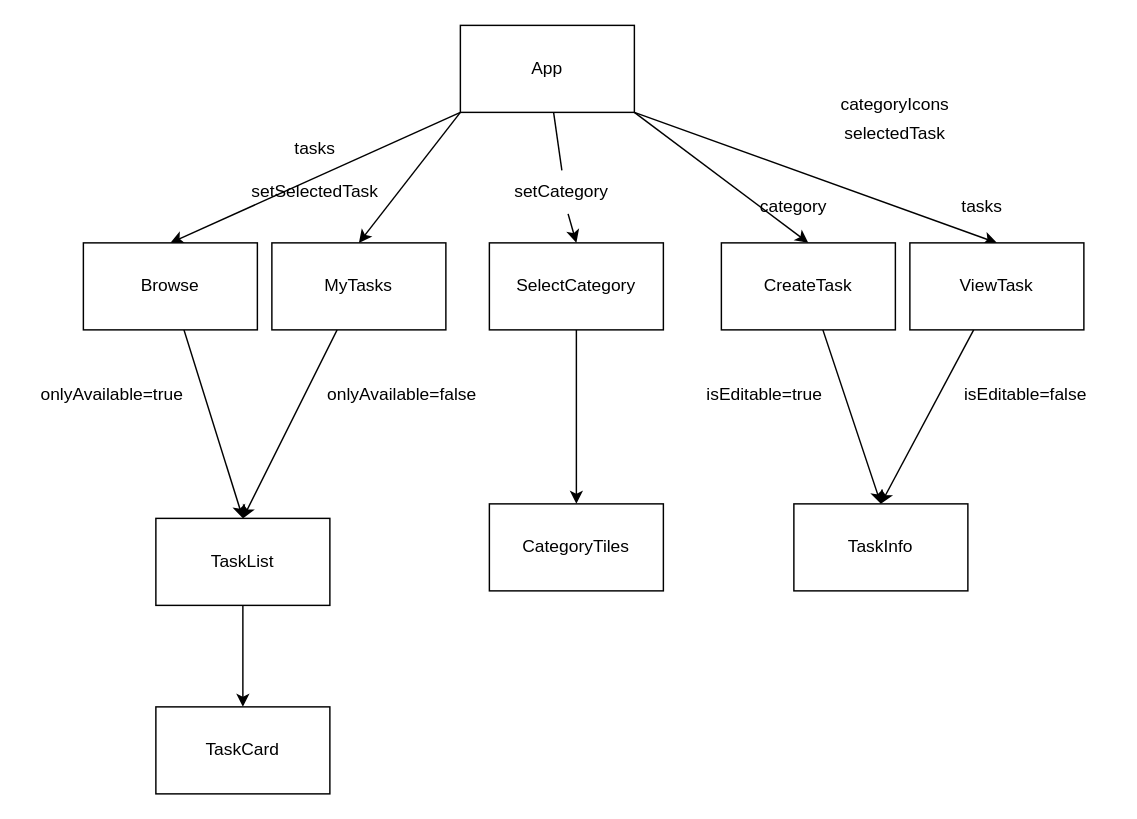
Before: docs/tree.drawio in percygr/kindr, a draw.io diagram. Source tidied: cells renumbered, new cells numbered last; positions are measured from the earlier drawing's top-left corner, leaving out a move shared by most shapes. Both pictures are drawn from the tidied source at 145%, with x=0, y=0 at pixel (25, 25).
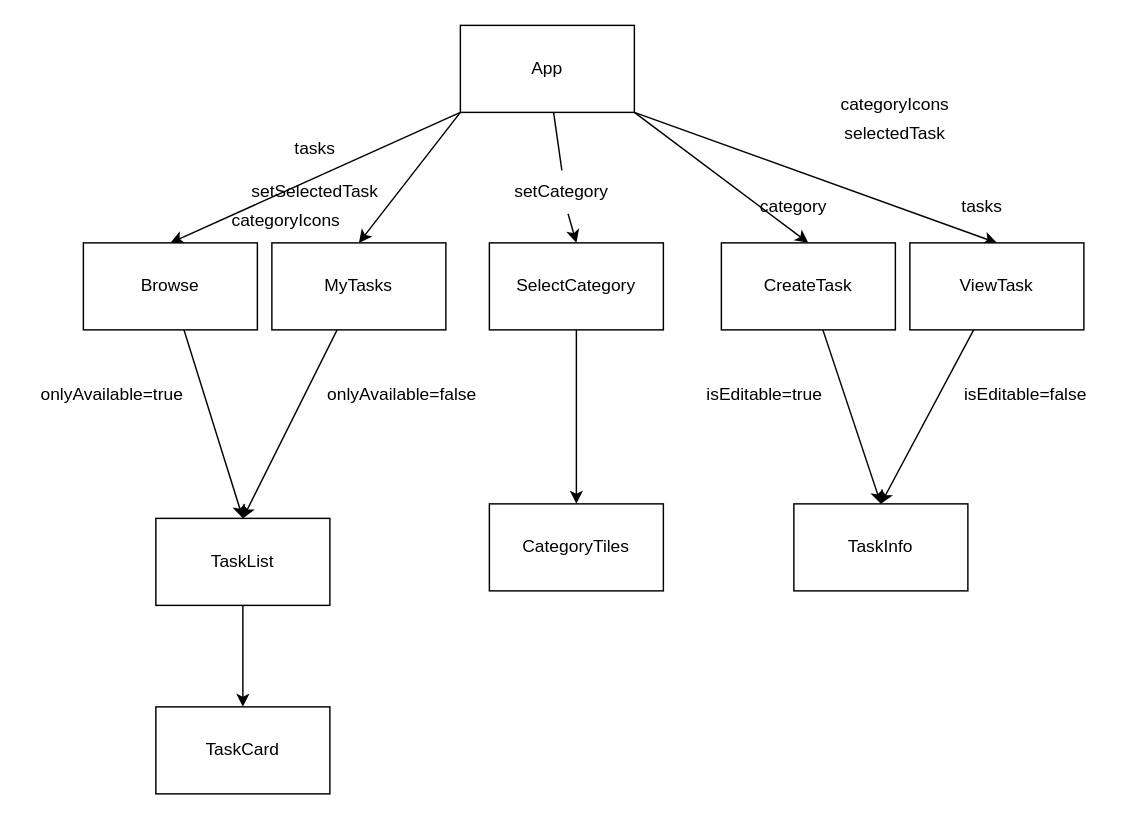
After the change.

Commit message (it also covers changes not shown here):
rest of the crud stuff

What changed in the source:
```diff
@@
+    <mxCell id="35" value="categoryIcons" style="text;html=1;strokeColor=none;fillColor=none;align=center;verticalAlign=middle;whiteSpace=wrap;rounded=0;" parent="1" vertex="1">
+      <mxGeometry x="120" y="120" width="120" height="30" as="geometry" />
+    </mxCell>
```
